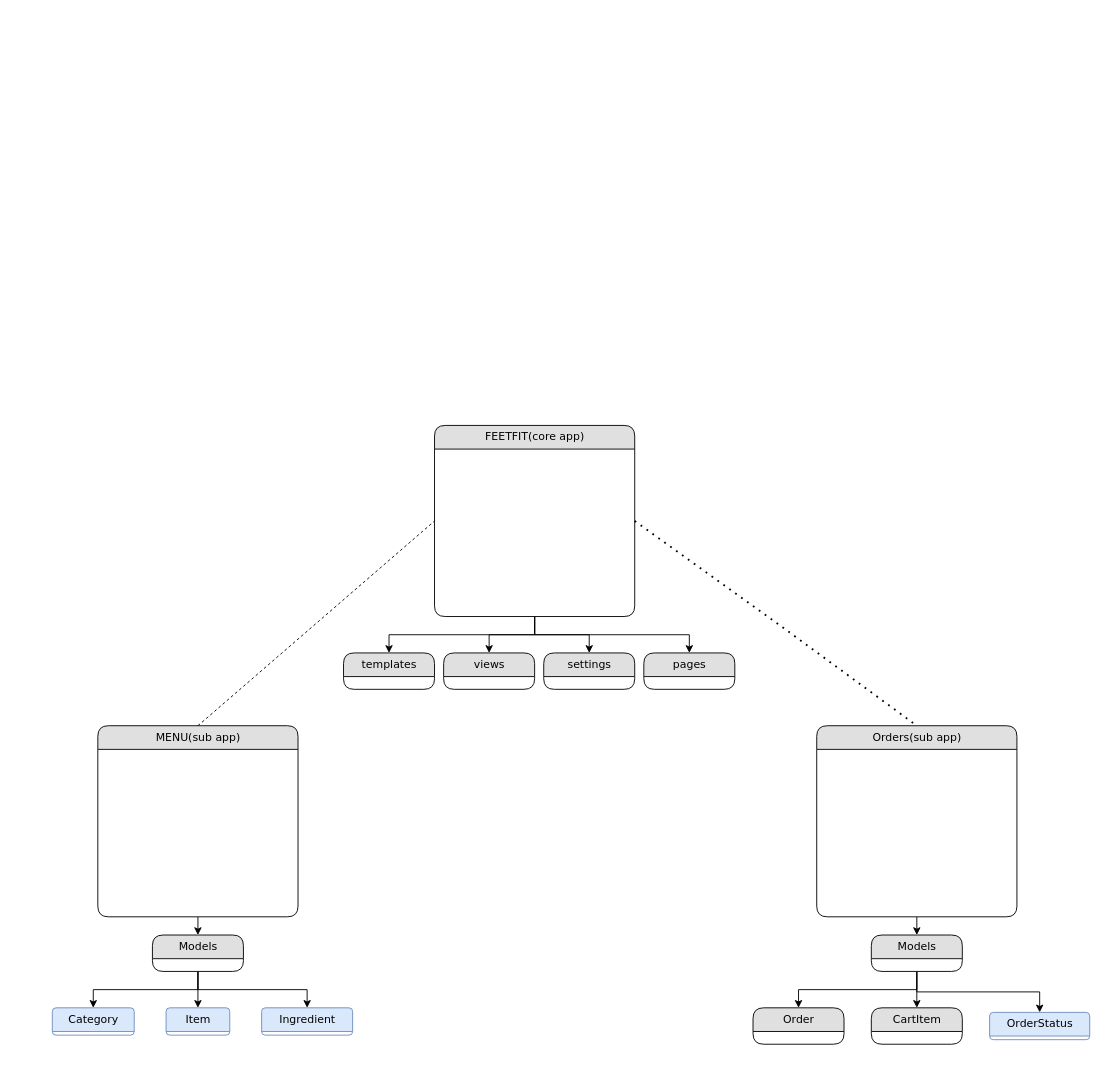
Before: Диаграмма без названия.drawio in AffectEngine/FeetFit, a draw.io diagram. Source tidied: cells renumbered, new cells numbered last; positions are measured from the earlier drawing's top-left corner, leaving out a move shared by most shapes. Both pictures are drawn from the tidied source at 91%, with x=0, y=0 at pixel (52, 425).
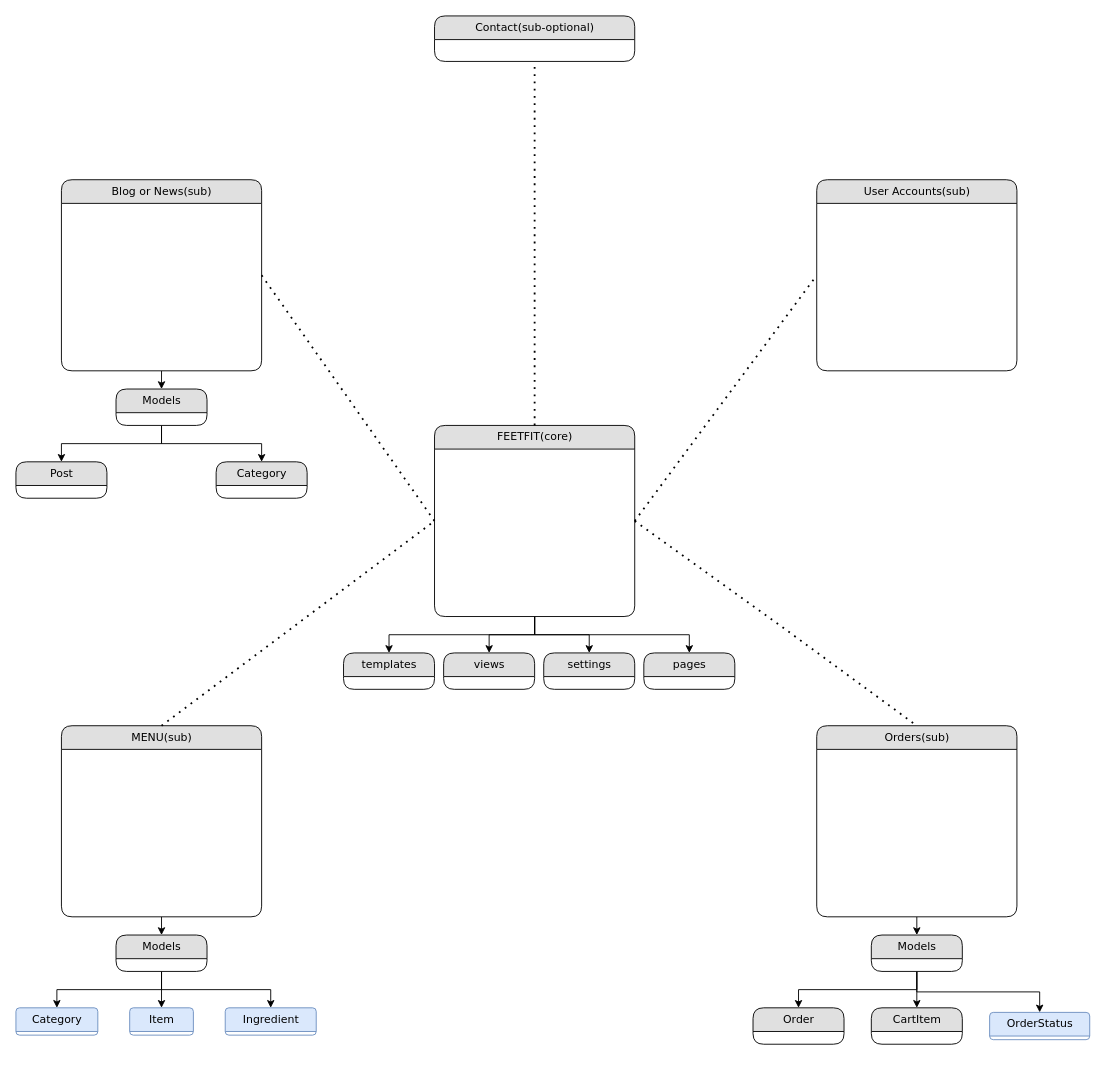
The same page after the edit.

Diff of the diagram source:
```diff
@@
-    <mxCell id="6" value="FEETFIT(core app)" style="swimlane;html=1;fontStyle=0;horizontal=1;startSize=26;fillColor=#e0e0e0;swimlaneFillColor=#ffffff;align=center;rounded=1;shadow=0;comic=0;labelBackgroundColor=none;strokeWidth=1;fontFamily=Verdana;fontSize=12;" parent="1" vertex="1">
+    <mxCell id="6" value="FEETFIT(core)" style="swimlane;html=1;fontStyle=0;horizontal=1;startSize=26;fillColor=#e0e0e0;swimlaneFillColor=#ffffff;align=center;rounded=1;shadow=0;comic=0;labelBackgroundColor=none;strokeWidth=1;fontFamily=Verdana;fontSize=12;" parent="1" vertex="1">
       <mxGeometry x="420" width="220" height="210" as="geometry" />
     </mxCell>
@@
-    <mxCell id="14" value="MENU(sub app)" style="swimlane;html=1;fontStyle=0;horizontal=1;startSize=26;fillColor=#e0e0e0;swimlaneFillColor=#ffffff;align=center;rounded=1;shadow=0;comic=0;labelBackgroundColor=none;strokeWidth=1;fontFamily=Verdana;fontSize=12;" parent="1" vertex="1">
-      <mxGeometry x="50" y="330" width="220" height="210" as="geometry" />
+    <mxCell id="14" value="MENU(sub)" style="swimlane;html=1;fontStyle=0;horizontal=1;startSize=26;fillColor=#e0e0e0;swimlaneFillColor=#ffffff;align=center;rounded=1;shadow=0;comic=0;labelBackgroundColor=none;strokeWidth=1;fontFamily=Verdana;fontSize=12;" parent="1" vertex="1">
+      <mxGeometry x="10" y="330" width="220" height="210" as="geometry" />
     </mxCell>
@@
     <mxCell id="18" value="Category" style="swimlane;html=1;fontStyle=0;horizontal=1;startSize=26;fillColor=#dae8fc;swimlaneFillColor=#ffffff;align=center;rounded=1;shadow=0;comic=0;labelBackgroundColor=none;strokeWidth=1;fontFamily=Verdana;fontSize=12;strokeColor=#6c8ebf;" parent="1" vertex="1" collapsed="1">
-      <mxGeometry y="640" width="90" height="30" as="geometry" />
+      <mxGeometry x="-40" y="640" width="90" height="30" as="geometry" />
     </mxCell>
     <mxCell id="19" value="Item" style="swimlane;html=1;fontStyle=0;horizontal=1;startSize=26;fillColor=#dae8fc;swimlaneFillColor=#ffffff;align=center;rounded=1;shadow=0;comic=0;labelBackgroundColor=none;strokeWidth=1;fontFamily=Verdana;fontSize=12;strokeColor=#6c8ebf;" parent="1" vertex="1" collapsed="1">
-      <mxGeometry x="125" y="640" width="70" height="30" as="geometry" />
+      <mxGeometry x="85" y="640" width="70" height="30" as="geometry" />
     </mxCell>
     <mxCell id="20" value="Ingredient" style="swimlane;html=1;fontStyle=0;horizontal=1;startSize=26;fillColor=#dae8fc;swimlaneFillColor=#ffffff;align=center;rounded=1;shadow=0;comic=0;labelBackgroundColor=none;strokeWidth=1;fontFamily=Verdana;fontSize=12;strokeColor=#6c8ebf;" parent="1" vertex="1" collapsed="1">
-      <mxGeometry x="230" y="640" width="100" height="30" as="geometry" />
+      <mxGeometry x="190" y="640" width="100" height="30" as="geometry" />
     </mxCell>
@@
     <mxCell id="24" value="Models" style="swimlane;html=1;fontStyle=0;horizontal=1;startSize=26;fillColor=#e0e0e0;swimlaneFillColor=#ffffff;align=center;rounded=1;shadow=0;comic=0;labelBackgroundColor=none;strokeWidth=1;fontFamily=Verdana;fontSize=12;" parent="1" vertex="1">
-      <mxGeometry x="110" y="560" width="100" height="40" as="geometry" />
+      <mxGeometry x="70" y="560" width="100" height="40" as="geometry" />
     </mxCell>
@@
-    <mxCell id="29" value="Orders(sub app)" style="swimlane;html=1;fontStyle=0;horizontal=1;startSize=26;fillColor=#e0e0e0;swimlaneFillColor=#ffffff;align=center;rounded=1;shadow=0;comic=0;labelBackgroundColor=none;strokeWidth=1;fontFamily=Verdana;fontSize=12;" parent="1" vertex="1">
+    <mxCell id="29" value="Orders(sub)" style="swimlane;html=1;fontStyle=0;horizontal=1;startSize=26;fillColor=#e0e0e0;swimlaneFillColor=#ffffff;align=center;rounded=1;shadow=0;comic=0;labelBackgroundColor=none;strokeWidth=1;fontFamily=Verdana;fontSize=12;" parent="1" vertex="1">
       <mxGeometry x="840" y="330" width="220" height="210" as="geometry" />
     </mxCell>
@@
+    <mxCell id="45" value="User Accounts(sub)" style="swimlane;html=1;fontStyle=0;horizontal=1;startSize=26;fillColor=#e0e0e0;swimlaneFillColor=#ffffff;align=center;rounded=1;shadow=0;comic=0;labelBackgroundColor=none;strokeWidth=1;fontFamily=Verdana;fontSize=12;" parent="1" vertex="1">
+      <mxGeometry x="840" y="-270" width="220" height="210" as="geometry" />
+    </mxCell>
+    <mxCell id="46" style="edgeStyle=orthogonalEdgeStyle;rounded=0;jettySize=auto;html=1;exitX=0.5;exitY=1;exitDx=0;exitDy=0;entryX=0.5;entryY=0;entryDx=0;entryDy=0;" parent="1" edge="1" source="47" target="55">
+      <mxGeometry relative="1" as="geometry" />
+    </mxCell>
+    <mxCell id="47" value="Blog or News(sub)" style="swimlane;html=1;fontStyle=0;horizontal=1;startSize=26;fillColor=#e0e0e0;swimlaneFillColor=#ffffff;align=center;rounded=1;shadow=0;comic=0;labelBackgroundColor=none;strokeWidth=1;fontFamily=Verdana;fontSize=12;" parent="1" vertex="1">
+      <mxGeometry x="10" y="-270" width="220" height="210" as="geometry" />
+    </mxCell>
+    <mxCell id="48" value="Post" style="swimlane;html=1;fontStyle=0;horizontal=1;startSize=26;fillColor=#e0e0e0;swimlaneFillColor=#ffffff;align=center;rounded=1;shadow=0;comic=0;labelBackgroundColor=none;strokeWidth=1;fontFamily=Verdana;fontSize=12;" parent="1" vertex="1">
+      <mxGeometry x="-40" y="40" width="100" height="40" as="geometry" />
+    </mxCell>
+    <mxCell id="49" style="edgeStyle=orthogonalEdgeStyle;rounded=0;orthogonalLoop=1;jettySize=auto;html=1;exitX=1;exitY=0.5;exitDx=0;exitDy=0;" parent="48" edge="1">
+      <mxGeometry relative="1" as="geometry">
+        <mxPoint x="100" y="65" as="sourcePoint" />
+        <mxPoint x="100" y="65" as="targetPoint" />
+      </mxGeometry>
+    </mxCell>
+    <mxCell id="50" value="Category" style="swimlane;html=1;fontStyle=0;horizontal=1;startSize=26;fillColor=#e0e0e0;swimlaneFillColor=#ffffff;align=center;rounded=1;shadow=0;comic=0;labelBackgroundColor=none;strokeWidth=1;fontFamily=Verdana;fontSize=12;" parent="1" vertex="1">
+      <mxGeometry x="180" y="40" width="100" height="40" as="geometry" />
+    </mxCell>
+    <mxCell id="51" style="edgeStyle=orthogonalEdgeStyle;rounded=0;orthogonalLoop=1;jettySize=auto;html=1;exitX=1;exitY=0.5;exitDx=0;exitDy=0;" parent="50" edge="1">
+      <mxGeometry relative="1" as="geometry">
+        <mxPoint x="100" y="65" as="sourcePoint" />
+        <mxPoint x="100" y="65" as="targetPoint" />
+      </mxGeometry>
+    </mxCell>
+    <mxCell id="52" style="edgeStyle=orthogonalEdgeStyle;rounded=0;orthogonalLoop=1;jettySize=auto;html=1;exitX=1;exitY=0.5;exitDx=0;exitDy=0;" parent="1" edge="1">
+      <mxGeometry relative="1" as="geometry">
+        <mxPoint x="160" y="-40" as="sourcePoint" />
+        <mxPoint x="160" y="-40" as="targetPoint" />
+      </mxGeometry>
+    </mxCell>
+    <mxCell id="53" style="edgeStyle=orthogonalEdgeStyle;rounded=0;jettySize=auto;html=1;exitX=0.5;exitY=1;exitDx=0;exitDy=0;entryX=0.5;entryY=0;entryDx=0;entryDy=0;" parent="1" edge="1" source="55" target="50">
+      <mxGeometry relative="1" as="geometry" />
+    </mxCell>
+    <mxCell id="54" style="edgeStyle=orthogonalEdgeStyle;rounded=0;jettySize=auto;html=1;exitX=0.5;exitY=1;exitDx=0;exitDy=0;entryX=0.5;entryY=0;entryDx=0;entryDy=0;" parent="1" edge="1" source="55" target="48">
+      <mxGeometry relative="1" as="geometry" />
+    </mxCell>
+    <mxCell id="55" value="Models" style="swimlane;html=1;fontStyle=0;horizontal=1;startSize=26;fillColor=#e0e0e0;swimlaneFillColor=#ffffff;align=center;rounded=1;shadow=0;comic=0;labelBackgroundColor=none;strokeWidth=1;fontFamily=Verdana;fontSize=12;" parent="1" vertex="1">
+      <mxGeometry x="70" y="-40" width="100" height="40" as="geometry" />
+    </mxCell>
+    <mxCell id="56" style="edgeStyle=orthogonalEdgeStyle;rounded=0;orthogonalLoop=1;jettySize=auto;html=1;exitX=1;exitY=0.5;exitDx=0;exitDy=0;" parent="55" edge="1">
+      <mxGeometry relative="1" as="geometry">
+        <mxPoint x="89.3" y="60" as="sourcePoint" />
+        <mxPoint x="89.3" y="60" as="targetPoint" />
+      </mxGeometry>
+    </mxCell>
+    <mxCell id="57" style="endArrow=none;dashed=1;html=1;dashPattern=1 3;strokeWidth=2;rounded=0;exitX=1;exitY=0.5;exitDx=0;exitDy=0;entryX=0;entryY=0.5;entryDx=0;entryDy=0;" parent="1" edge="1" source="6" target="45">
+      <mxGeometry relative="1" as="geometry" />
+    </mxCell>
+    <mxCell id="58" style="endArrow=none;dashed=1;html=1;dashPattern=1 3;strokeWidth=2;rounded=0;exitX=1;exitY=0.5;exitDx=0;exitDy=0;" parent="1" edge="1" source="47">
+      <mxGeometry relative="1" as="geometry">
+        <mxPoint x="420" y="105" as="targetPoint" />
+      </mxGeometry>
+    </mxCell>
-    <mxCell id="44" style="endArrow=none;dashed=1;html=1;rounded=0;exitX=0.5;exitY=0;exitDx=0;exitDy=0;entryX=0;entryY=0.5;entryDx=0;entryDy=0;" parent="1" edge="1" source="14" target="6">
+    <mxCell id="44" style="endArrow=none;dashed=1;html=1;dashPattern=1 3;strokeWidth=2;rounded=0;exitX=0.5;exitY=0;exitDx=0;exitDy=0;entryX=0;entryY=0.5;entryDx=0;entryDy=0;" parent="1" edge="1" source="14" target="6">
       <mxGeometry relative="1" as="geometry" />
     </mxCell>
+    <mxCell id="59" value="Contact(sub-optional)" style="swimlane;html=1;fontStyle=0;horizontal=1;startSize=26;fillColor=#e0e0e0;swimlaneFillColor=#ffffff;align=center;rounded=1;shadow=0;comic=0;labelBackgroundColor=none;strokeWidth=1;fontFamily=Verdana;fontSize=12;" parent="1" vertex="1">
+      <mxGeometry x="420" y="-450" width="220" height="50" as="geometry" />
+    </mxCell>
+    <mxCell id="60" style="endArrow=none;dashed=1;html=1;dashPattern=1 3;strokeWidth=2;rounded=0;entryX=0.5;entryY=1;entryDx=0;entryDy=0;exitX=0.5;exitY=0;exitDx=0;exitDy=0;" parent="1" edge="1" source="6" target="59">
+      <mxGeometry relative="1" as="geometry" />
+    </mxCell>
```
